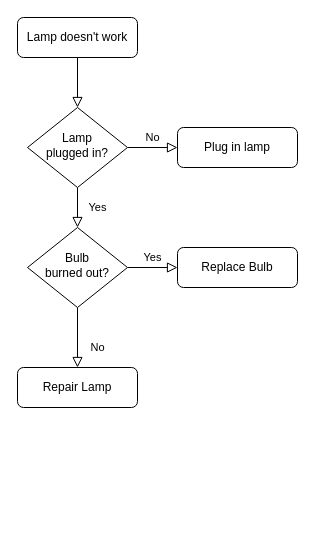
Earlier version of the draw.io diagram page "Page-1" (1 of 2) of Untitled Diagram.drawio (158698706/tt4a). Source tidied: cells renumbered, new cells numbered last; positions are measured from the earlier drawing's top-left corner, leaving out a move shared by most shapes. Both pictures are drawn from the tidied source at 100%, with x=0, y=0 at pixel (17, 17).
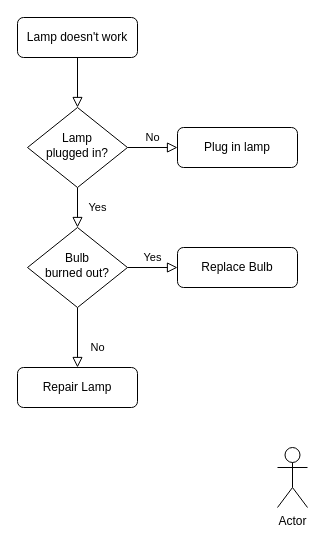
The same page after the edit.

The edit, as a diff of the source:
```diff
@@
 <mxGraphModel>
   <root>
     <mxCell id="0" />
     <mxCell id="1" parent="0" />
     <mxCell id="2" style="rounded=0;html=1;jettySize=auto;fontSize=11;endArrow=block;endFill=0;endSize=8;strokeWidth=1;shadow=0;labelBackgroundColor=none;edgeStyle=orthogonalEdgeStyle;" parent="1" edge="1" source="3" target="6">
       <mxGeometry relative="1" as="geometry" />
     </mxCell>
     <mxCell id="3" value="Lamp doesn't work" style="rounded=1;whiteSpace=wrap;html=1;fontSize=12;glass=0;strokeWidth=1;shadow=0;" parent="1" vertex="1">
       <mxGeometry width="120" height="40" as="geometry" />
     </mxCell>
     <mxCell id="4" value="Yes" style="rounded=0;html=1;jettySize=auto;fontSize=11;endArrow=block;endFill=0;endSize=8;strokeWidth=1;shadow=0;labelBackgroundColor=none;edgeStyle=orthogonalEdgeStyle;" parent="1" edge="1" source="6" target="10">
       <mxGeometry y="20" relative="1" as="geometry" />
     </mxCell>
     <mxCell id="5" value="No" style="edgeStyle=orthogonalEdgeStyle;rounded=0;html=1;jettySize=auto;fontSize=11;endArrow=block;endFill=0;endSize=8;strokeWidth=1;shadow=0;labelBackgroundColor=none;" parent="1" edge="1" source="6" target="7">
       <mxGeometry y="10" relative="1" as="geometry" />
     </mxCell>
     <mxCell id="6" value="Lamp&lt;br&gt;plugged in?" style="rhombus;whiteSpace=wrap;html=1;shadow=0;fontFamily=Helvetica;fontSize=12;align=center;strokeWidth=1;spacing=6;spacingTop=-4;" parent="1" vertex="1">
       <mxGeometry x="10" y="90" width="100" height="80" as="geometry" />
     </mxCell>
     <mxCell id="7" value="Plug in lamp" style="rounded=1;whiteSpace=wrap;html=1;fontSize=12;glass=0;strokeWidth=1;shadow=0;" parent="1" vertex="1">
       <mxGeometry x="160" y="110" width="120" height="40" as="geometry" />
     </mxCell>
     <mxCell id="8" value="No" style="rounded=0;html=1;jettySize=auto;fontSize=11;endArrow=block;endFill=0;endSize=8;strokeWidth=1;shadow=0;labelBackgroundColor=none;edgeStyle=orthogonalEdgeStyle;" parent="1" edge="1" source="10" target="11">
       <mxGeometry x="0.33" y="20" relative="1" as="geometry" />
     </mxCell>
     <mxCell id="9" value="Yes" style="edgeStyle=orthogonalEdgeStyle;rounded=0;html=1;jettySize=auto;fontSize=11;endArrow=block;endFill=0;endSize=8;strokeWidth=1;shadow=0;labelBackgroundColor=none;" parent="1" edge="1" source="10" target="12">
       <mxGeometry y="10" relative="1" as="geometry" />
     </mxCell>
     <mxCell id="10" value="Bulb&lt;br&gt;burned out?" style="rhombus;whiteSpace=wrap;html=1;shadow=0;fontFamily=Helvetica;fontSize=12;align=center;strokeWidth=1;spacing=6;spacingTop=-4;" parent="1" vertex="1">
       <mxGeometry x="10" y="210" width="100" height="80" as="geometry" />
     </mxCell>
     <mxCell id="11" value="Repair Lamp" style="rounded=1;whiteSpace=wrap;html=1;fontSize=12;glass=0;strokeWidth=1;shadow=0;" parent="1" vertex="1">
       <mxGeometry y="350" width="120" height="40" as="geometry" />
     </mxCell>
     <mxCell id="12" value="Replace Bulb" style="rounded=1;whiteSpace=wrap;html=1;fontSize=12;glass=0;strokeWidth=1;shadow=0;" parent="1" vertex="1">
       <mxGeometry x="160" y="230" width="120" height="40" as="geometry" />
     </mxCell>
+    <mxCell id="13" value="Actor" style="shape=umlActor;verticalLabelPosition=bottom;verticalAlign=top;html=1;" parent="1" vertex="1">
+      <mxGeometry x="260" y="430" width="30" height="60" as="geometry" />
+    </mxCell>
   </root>
 </mxGraphModel>
```
